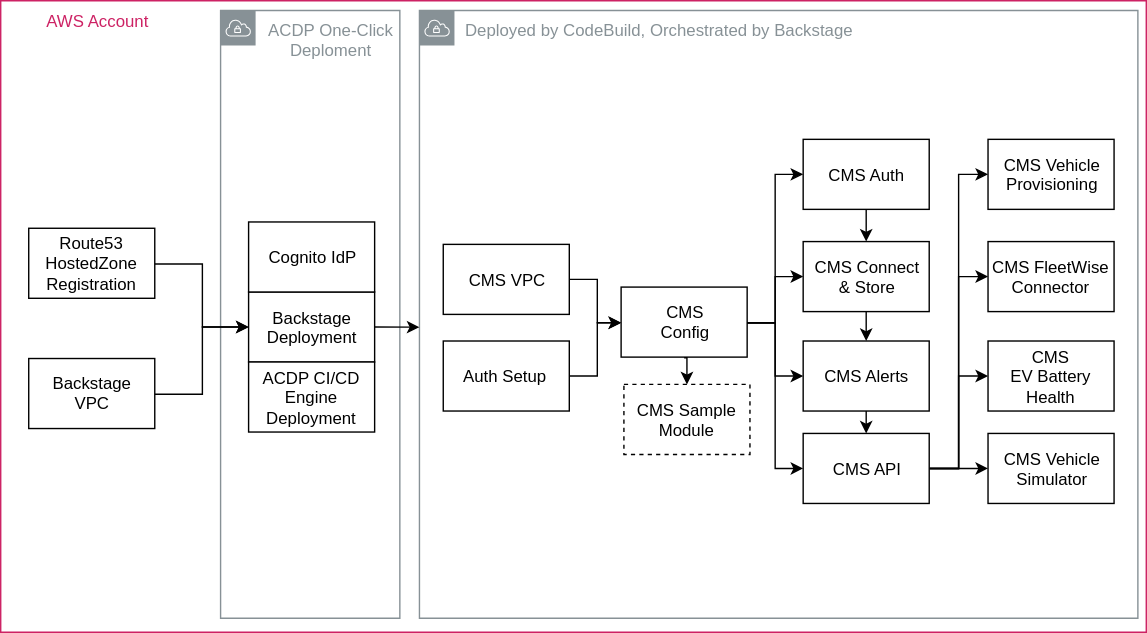
Before: documentation/architecture/diagrams/deployment-order.svg, a diagram exported from draw.io (aws-solutions/connected-mobility-solution-on-aws). Source tidied: cells renumbered, new cells last; positions are measured from the earlier drawing's top-left corner, leaving out a move shared by most shapes.
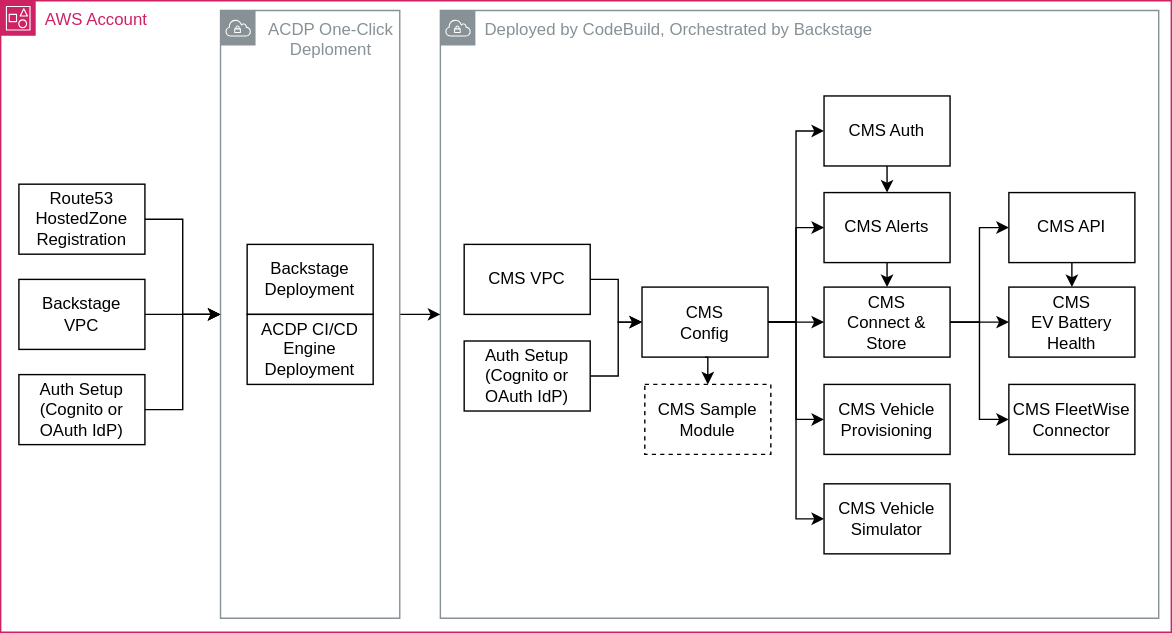
After the commit.

Change to the diagram source:
```diff
@@ -3,117 +3,118 @@
     <mxCell id="0" />
     <mxCell id="1" parent="0" />
     <mxCell id="2" value="Deployed by CodeBuild, Orchestrated by Backstage" style="sketch=0;outlineConnect=0;gradientColor=none;html=1;whiteSpace=wrap;fontSize=12;fontStyle=0;shape=mxgraph.aws4.group;grIcon=mxgraph.aws4.group_vpc;strokeColor=#879196;fillColor=none;verticalAlign=top;align=left;spacingLeft=30;fontColor=#879196;dashed=0;" parent="1" vertex="1">
-      <mxGeometry x="299" y="7" width="513" height="434" as="geometry" />
+      <mxGeometry x="295" y="8" width="513" height="434" as="geometry" />
     </mxCell>
     <mxCell id="3" value="AWS Account" style="gradientColor=none;html=1;whiteSpace=wrap;fontSize=12;fontStyle=0;shape=mxgraph.aws4.group;grIcon=mxgraph.aws4.group_account;strokeColor=#CD2264;fillColor=none;verticalAlign=top;align=left;spacingLeft=30;fontColor=#CD2264;dashed=0;" parent="1" vertex="1">
-      <mxGeometry width="818" height="451" as="geometry" />
+      <mxGeometry x="-19" y="1" width="836" height="451" as="geometry" />
     </mxCell>
     <mxCell id="4" style="edgeStyle=orthogonalEdgeStyle;rounded=0;jettySize=auto;html=1;exitX=1;exitY=0.5;exitDx=0;exitDy=0;" parent="3" edge="1" source="5" target="7">
       <mxGeometry relative="1" as="geometry" />
     </mxCell>
     <mxCell id="5" value="CMS VPC" style="rounded=0;whiteSpace=wrap;html=1;" parent="3" vertex="1">
-      <mxGeometry x="316" y="174" width="90" height="50" as="geometry" />
+      <mxGeometry x="331" y="174" width="90" height="50" as="geometry" />
     </mxCell>
     <mxCell id="6" style="edgeStyle=orthogonalEdgeStyle;rounded=0;jettySize=auto;html=1;exitX=1;exitY=0.5;exitDx=0;exitDy=0;entryX=0;entryY=0.5;entryDx=0;entryDy=0;" parent="3" edge="1" source="7" target="12">
       <mxGeometry relative="1" as="geometry" />
     </mxCell>
     <mxCell id="7" value="CMS &lt;br&gt;Config" style="rounded=0;whiteSpace=wrap;html=1;" parent="3" vertex="1">
-      <mxGeometry x="443" y="204.5" width="90" height="50" as="geometry" />
+      <mxGeometry x="458" y="204.5" width="90" height="50" as="geometry" />
     </mxCell>
     <mxCell id="8" style="edgeStyle=orthogonalEdgeStyle;rounded=0;jettySize=auto;html=1;exitX=1;exitY=0.5;exitDx=0;exitDy=0;" parent="3" edge="1" source="9" target="7">
       <mxGeometry relative="1" as="geometry" />
     </mxCell>
-    <mxCell id="9" value="Auth Setup&amp;nbsp;" style="rounded=0;whiteSpace=wrap;html=1;" parent="3" vertex="1">
-      <mxGeometry x="316" y="243" width="90" height="50" as="geometry" />
+    <mxCell id="9" value="Auth Setup (Cognito or OAuth IdP)" style="rounded=0;whiteSpace=wrap;html=1;" parent="3" vertex="1">
+      <mxGeometry x="331" y="243" width="90" height="50" as="geometry" />
     </mxCell>
-    <mxCell id="10" value="CMS FleetWise Connector" style="rounded=0;whiteSpace=wrap;html=1;" parent="3" vertex="1">
-      <mxGeometry x="705" y="172" width="90" height="50" as="geometry" />
+    <mxCell id="10" style="edgeStyle=orthogonalEdgeStyle;rounded=0;jettySize=auto;html=1;exitX=0.5;exitY=1;exitDx=0;exitDy=0;entryX=0.5;entryY=0;entryDx=0;entryDy=0;" parent="3" edge="1" source="11" target="13">
+      <mxGeometry relative="1" as="geometry" />
     </mxCell>
-    <mxCell id="11" value="CMS Vehicle&lt;br&gt;Provisioning" style="rounded=0;whiteSpace=wrap;html=1;" parent="3" vertex="1">
-      <mxGeometry x="705" y="99" width="90" height="50" as="geometry" />
+    <mxCell id="11" value="CMS API" style="rounded=0;whiteSpace=wrap;html=1;" parent="3" vertex="1">
+      <mxGeometry x="720" y="137" width="90" height="50" as="geometry" />
     </mxCell>
-    <mxCell id="12" value="CMS Connect&lt;br&gt;&amp;amp; Store" style="rounded=0;whiteSpace=wrap;html=1;" parent="3" vertex="1">
-      <mxGeometry x="573" y="172" width="90" height="50" as="geometry" />
+    <mxCell id="12" value="CMS Alerts" style="rounded=0;whiteSpace=wrap;html=1;" parent="3" vertex="1">
+      <mxGeometry x="588" y="137" width="90" height="50" as="geometry" />
     </mxCell>
     <mxCell id="13" value="CMS &lt;br&gt;EV Battery Health" style="rounded=0;whiteSpace=wrap;html=1;" parent="3" vertex="1">
-      <mxGeometry x="705" y="243" width="90" height="50" as="geometry" />
+      <mxGeometry x="720" y="204.5" width="90" height="50" as="geometry" />
     </mxCell>
-    <mxCell id="14" style="edgeStyle=orthogonalEdgeStyle;rounded=0;html=1;entryX=0;entryY=0.5;entryDx=0;entryDy=0;jettySize=auto;" parent="3" edge="1" source="18" target="24">
-      <mxGeometry relative="1" as="geometry" />
-    </mxCell>
-    <mxCell id="15" style="edgeStyle=orthogonalEdgeStyle;rounded=0;html=1;entryX=0;entryY=0.5;entryDx=0;entryDy=0;jettySize=auto;" parent="3" edge="1" source="18" target="13">
-      <mxGeometry relative="1" as="geometry" />
-    </mxCell>
-    <mxCell id="16" style="edgeStyle=orthogonalEdgeStyle;rounded=0;html=1;entryX=0;entryY=0.5;entryDx=0;entryDy=0;jettySize=auto;" parent="3" edge="1" source="18" target="10">
-      <mxGeometry relative="1" as="geometry" />
-    </mxCell>
-    <mxCell id="17" style="edgeStyle=orthogonalEdgeStyle;rounded=0;html=1;entryX=0;entryY=0.5;entryDx=0;entryDy=0;jettySize=auto;" parent="3" edge="1" source="18" target="11">
-      <mxGeometry relative="1" as="geometry" />
-    </mxCell>
-    <mxCell id="18" value="CMS API" style="rounded=0;whiteSpace=wrap;html=1;" parent="3" vertex="1">
-      <mxGeometry x="573" y="309" width="90" height="50" as="geometry" />
-    </mxCell>
-    <mxCell id="19" style="edgeStyle=orthogonalEdgeStyle;rounded=0;jettySize=auto;html=1;exitX=1;exitY=0.5;exitDx=0;exitDy=0;entryX=0;entryY=0.5;entryDx=0;entryDy=0;" parent="3" edge="1" source="7" target="18">
-      <mxGeometry relative="1" as="geometry" />
-    </mxCell>
-    <mxCell id="20" style="edgeStyle=orthogonalEdgeStyle;rounded=0;html=1;exitX=0.5;exitY=1;exitDx=0;exitDy=0;entryX=0.5;entryY=0;entryDx=0;entryDy=0;jettySize=auto;" parent="3" edge="1" source="21" target="18">
-      <mxGeometry relative="1" as="geometry" />
-    </mxCell>
-    <mxCell id="21" value="CMS Alerts" style="rounded=0;whiteSpace=wrap;html=1;" parent="3" vertex="1">
-      <mxGeometry x="573" y="243" width="90" height="50" as="geometry" />
-    </mxCell>
-    <mxCell id="22" style="edgeStyle=orthogonalEdgeStyle;rounded=0;jettySize=auto;html=1;exitX=1;exitY=0.5;exitDx=0;exitDy=0;" parent="3" edge="1" source="7" target="21">
-      <mxGeometry relative="1" as="geometry" />
-    </mxCell>
-    <mxCell id="23" style="edgeStyle=orthogonalEdgeStyle;rounded=0;jettySize=auto;html=1;exitX=0.5;exitY=1;exitDx=0;exitDy=0;entryX=0.5;entryY=0;entryDx=0;entryDy=0;" parent="3" edge="1" source="12" target="21">
-      <mxGeometry relative="1" as="geometry" />
-    </mxCell>
-    <mxCell id="24" value="CMS Vehicle&lt;br&gt;Simulator" style="rounded=0;whiteSpace=wrap;html=1;" parent="3" vertex="1">
-      <mxGeometry x="705" y="309" width="90" height="50" as="geometry" />
-    </mxCell>
-    <mxCell id="25" value="&lt;div style=&quot;&quot;&gt;&lt;span style=&quot;background-color: initial;&quot;&gt;ACDP One-Click Deploment&lt;/span&gt;&lt;/div&gt;" style="sketch=0;outlineConnect=0;gradientColor=none;html=1;whiteSpace=wrap;fontSize=12;fontStyle=0;shape=mxgraph.aws4.group;grIcon=mxgraph.aws4.group_vpc;strokeColor=#879196;fillColor=none;verticalAlign=top;align=center;spacingLeft=30;fontColor=#879196;dashed=0;" parent="1" vertex="1">
-      <mxGeometry x="157" y="7" width="128" height="434" as="geometry" />
+    <mxCell id="25" value="Backstage &lt;br&gt;VPC" style="rounded=0;whiteSpace=wrap;html=1;" parent="3" vertex="1">
+      <mxGeometry x="13" y="199" width="90" height="50" as="geometry" />
     </mxCell>
-    <mxCell id="26" style="edgeStyle=orthogonalEdgeStyle;rounded=0;jettySize=auto;html=1;exitX=1;exitY=0.5;exitDx=0;exitDy=0;entryX=0;entryY=0.5;entryDx=0;entryDy=0;" parent="1" edge="1" source="27" target="29">
-      <mxGeometry relative="1" as="geometry" />
+    <mxCell id="26" value="Auth Setup (Cognito or OAuth IdP)" style="rounded=0;whiteSpace=wrap;html=1;" parent="3" vertex="1">
+      <mxGeometry x="13" y="267" width="90" height="50" as="geometry" />
     </mxCell>
-    <mxCell id="27" value="Backstage &lt;br&gt;VPC" style="rounded=0;whiteSpace=wrap;html=1;" parent="1" vertex="1">
-      <mxGeometry x="20" y="255.5" width="90" height="50" as="geometry" />
+    <mxCell id="27" value="Route53 HostedZone Registration" style="rounded=0;whiteSpace=wrap;html=1;" parent="3" vertex="1">
+      <mxGeometry x="13" y="131" width="90" height="50" as="geometry" />
     </mxCell>
-    <mxCell id="28" style="edgeStyle=none;rounded=0;jettySize=auto;html=1;exitX=1;exitY=0.5;exitDx=0;exitDy=0;" parent="1" edge="1" source="29">
-      <mxGeometry relative="1" as="geometry">
-        <mxPoint x="299" y="233.1" as="targetPoint" />
-      </mxGeometry>
+    <mxCell id="28" style="edgeStyle=orthogonalEdgeStyle;rounded=0;jettySize=auto;html=1;" parent="1" edge="1" source="29" target="2">
+      <mxGeometry relative="1" as="geometry" />
     </mxCell>
-    <mxCell id="29" value="Backstage&lt;br&gt;Deployment" style="rounded=0;whiteSpace=wrap;html=1;" parent="1" vertex="1">
-      <mxGeometry x="177" y="208" width="90" height="50" as="geometry" />
+    <mxCell id="29" value="&lt;div style=&quot;&quot;&gt;&lt;span style=&quot;background-color: initial;&quot;&gt;ACDP One-Click Deploment&lt;/span&gt;&lt;/div&gt;" style="sketch=0;outlineConnect=0;gradientColor=none;html=1;whiteSpace=wrap;fontSize=12;fontStyle=0;shape=mxgraph.aws4.group;grIcon=mxgraph.aws4.group_vpc;strokeColor=#879196;fillColor=none;verticalAlign=top;align=center;spacingLeft=30;fontColor=#879196;dashed=0;" parent="1" vertex="1">
+      <mxGeometry x="138" y="8" width="128" height="434" as="geometry" />
     </mxCell>
-    <mxCell id="30" style="edgeStyle=orthogonalEdgeStyle;rounded=0;jettySize=auto;html=1;exitX=1;exitY=0.5;exitDx=0;exitDy=0;entryX=0;entryY=0.5;entryDx=0;entryDy=0;" parent="1" edge="1" source="31" target="29">
-      <mxGeometry relative="1" as="geometry" />
+    <mxCell id="30" value="Backstage&lt;br&gt;Deployment" style="rounded=0;whiteSpace=wrap;html=1;" parent="1" vertex="1">
+      <mxGeometry x="157" y="175" width="90" height="50" as="geometry" />
     </mxCell>
-    <mxCell id="31" value="Route53 HostedZone Registration" style="rounded=0;whiteSpace=wrap;html=1;" parent="1" vertex="1">
-      <mxGeometry x="20" y="162.5" width="90" height="50" as="geometry" />
+    <mxCell id="31" value="ACDP CI/CD Engine Deployment" style="rounded=0;whiteSpace=wrap;html=1;" parent="1" vertex="1">
+      <mxGeometry x="157" y="225" width="90" height="50" as="geometry" />
     </mxCell>
-    <mxCell id="32" value="ACDP CI/CD Engine Deployment" style="rounded=0;whiteSpace=wrap;html=1;" parent="1" vertex="1">
-      <mxGeometry x="177" y="258" width="90" height="50" as="geometry" />
+    <mxCell id="32" style="edgeStyle=orthogonalEdgeStyle;rounded=0;jettySize=auto;html=1;exitX=0.5;exitY=1;exitDx=0;exitDy=0;entryX=0.5;entryY=0;entryDx=0;entryDy=0;" parent="1" edge="1" source="33" target="12">
+      <mxGeometry relative="1" as="geometry" />
     </mxCell>
-    <mxCell id="33" value="Cognito IdP" style="rounded=0;whiteSpace=wrap;html=1;" parent="1" vertex="1">
-      <mxGeometry x="177" y="158" width="90" height="50" as="geometry" />
+    <mxCell id="33" value="CMS Auth" style="rounded=0;whiteSpace=wrap;html=1;" parent="1" vertex="1">
+      <mxGeometry x="569" y="69" width="90" height="50" as="geometry" />
     </mxCell>
-    <mxCell id="34" style="edgeStyle=orthogonalEdgeStyle;rounded=0;jettySize=auto;html=1;exitX=0.5;exitY=1;exitDx=0;exitDy=0;entryX=0.5;entryY=0;entryDx=0;entryDy=0;" parent="1" edge="1" source="35" target="12">
+    <mxCell id="34" style="edgeStyle=orthogonalEdgeStyle;rounded=0;jettySize=auto;html=1;exitX=1;exitY=0.5;exitDx=0;exitDy=0;entryX=0;entryY=0.5;entryDx=0;entryDy=0;" parent="1" edge="1" source="40" target="11">
       <mxGeometry relative="1" as="geometry" />
     </mxCell>
-    <mxCell id="35" value="CMS Auth" style="rounded=0;whiteSpace=wrap;html=1;" parent="1" vertex="1">
-      <mxGeometry x="573" y="99" width="90" height="50" as="geometry" />
+    <mxCell id="35" style="edgeStyle=orthogonalEdgeStyle;rounded=0;jettySize=auto;html=1;exitX=1;exitY=0.5;exitDx=0;exitDy=0;entryX=0;entryY=0.5;entryDx=0;entryDy=0;" parent="1" edge="1" source="40" target="13">
+      <mxGeometry relative="1" as="geometry" />
     </mxCell>
+    <mxCell id="39" style="edgeStyle=orthogonalEdgeStyle;rounded=0;jettySize=auto;html=1;exitX=1;exitY=0.5;exitDx=0;exitDy=0;entryX=0;entryY=0.5;entryDx=0;entryDy=0;" parent="1" edge="1" source="40" target="45">
+      <mxGeometry relative="1" as="geometry" />
+    </mxCell>
+    <mxCell id="40" value="CMS &lt;br&gt;Connect&amp;nbsp;&amp;amp; Store" style="rounded=0;whiteSpace=wrap;html=1;" parent="1" vertex="1">
+      <mxGeometry x="569" y="205.5" width="90" height="50" as="geometry" />
+    </mxCell>
+    <mxCell id="41" value="CMS Vehicle Provisioning" style="rounded=0;whiteSpace=wrap;html=1;" parent="1" vertex="1">
+      <mxGeometry x="569" y="275" width="90" height="50" as="geometry" />
+    </mxCell>
+    <mxCell id="21" style="edgeStyle=orthogonalEdgeStyle;rounded=0;jettySize=auto;html=1;exitX=1;exitY=0.5;exitDx=0;exitDy=0;" parent="1" edge="1" source="7" target="40">
+      <mxGeometry relative="1" as="geometry" />
+    </mxCell>
+    <mxCell id="18" style="edgeStyle=orthogonalEdgeStyle;rounded=0;jettySize=auto;html=1;exitX=1;exitY=0.5;exitDx=0;exitDy=0;entryX=0;entryY=0.5;entryDx=0;entryDy=0;" parent="1" edge="1" source="7" target="33">
+      <mxGeometry relative="1" as="geometry" />
+    </mxCell>
+    <mxCell id="22" style="edgeStyle=orthogonalEdgeStyle;rounded=0;jettySize=auto;html=1;exitX=1;exitY=0.5;exitDx=0;exitDy=0;entryX=0;entryY=0.5;entryDx=0;entryDy=0;" parent="1" edge="1" source="7" target="41">
+      <mxGeometry relative="1" as="geometry" />
+    </mxCell>
-    <mxCell id="36" style="edgeStyle=orthogonalEdgeStyle;rounded=0;jettySize=auto;html=1;exitX=1;exitY=0.5;exitDx=0;exitDy=0;entryX=0;entryY=0.5;entryDx=0;entryDy=0;" parent="1" edge="1" source="7" target="35">
+    <mxCell id="36" style="edgeStyle=orthogonalEdgeStyle;rounded=0;jettySize=auto;html=1;exitX=0.5;exitY=1;exitDx=0;exitDy=0;entryX=0.5;entryY=0;entryDx=0;entryDy=0;" parent="1" edge="1" source="12" target="40">
       <mxGeometry relative="1" as="geometry" />
     </mxCell>
+    <mxCell id="19" value="CMS Vehicle Simulator" style="rounded=0;whiteSpace=wrap;html=1;" parent="1" vertex="1">
+      <mxGeometry x="569" y="346" width="90" height="50" as="geometry" />
+    </mxCell>
+    <mxCell id="23" style="edgeStyle=orthogonalEdgeStyle;rounded=0;jettySize=auto;html=1;exitX=1;exitY=0.5;exitDx=0;exitDy=0;entryX=0;entryY=0.5;entryDx=0;entryDy=0;" parent="1" edge="1" source="7" target="19">
+      <mxGeometry relative="1" as="geometry" />
+    </mxCell>
+    <mxCell id="42" value="CMS Sample Module" style="rounded=0;whiteSpace=wrap;html=1;dashed=1;" parent="1" vertex="1">
+      <mxGeometry x="441" y="275" width="90" height="50" as="geometry" />
+    </mxCell>
+    <mxCell id="43" style="edgeStyle=orthogonalEdgeStyle;rounded=0;jettySize=auto;html=1;exitX=0.5;exitY=1;exitDx=0;exitDy=0;entryX=0.5;entryY=0;entryDx=0;entryDy=0;" parent="1" edge="1" source="7" target="42">
+      <mxGeometry relative="1" as="geometry" />
+    </mxCell>
-    <mxCell id="37" value="CMS Sample Module" style="rounded=0;whiteSpace=wrap;html=1;dashed=1;" parent="1" vertex="1">
-      <mxGeometry x="445" y="274" width="90" height="50" as="geometry" />
+    <mxCell id="37" style="edgeStyle=orthogonalEdgeStyle;rounded=0;jettySize=auto;html=1;exitX=1;exitY=0.5;exitDx=0;exitDy=0;" parent="1" edge="1" source="27" target="29">
+      <mxGeometry relative="1" as="geometry" />
     </mxCell>
-    <mxCell id="38" style="edgeStyle=orthogonalEdgeStyle;rounded=0;jettySize=auto;html=1;exitX=0.5;exitY=1;exitDx=0;exitDy=0;entryX=0.5;entryY=0;entryDx=0;entryDy=0;" parent="1" edge="1" source="7" target="37">
+    <mxCell id="38" style="edgeStyle=orthogonalEdgeStyle;rounded=0;jettySize=auto;html=1;exitX=1;exitY=0.5;exitDx=0;exitDy=0;" parent="1" edge="1" source="26" target="29">
       <mxGeometry relative="1" as="geometry" />
     </mxCell>
+    <mxCell id="44" style="edgeStyle=orthogonalEdgeStyle;rounded=0;jettySize=auto;html=1;exitX=1;exitY=0.5;exitDx=0;exitDy=0;" parent="1" edge="1" source="25" target="29">
+      <mxGeometry relative="1" as="geometry" />
+    </mxCell>
+    <mxCell id="45" value="CMS FleetWise Connector" style="rounded=0;whiteSpace=wrap;html=1;" parent="1" vertex="1">
+      <mxGeometry x="701" y="275" width="90" height="50" as="geometry" />
+    </mxCell>
   </root>
 </mxGraphModel>
```
